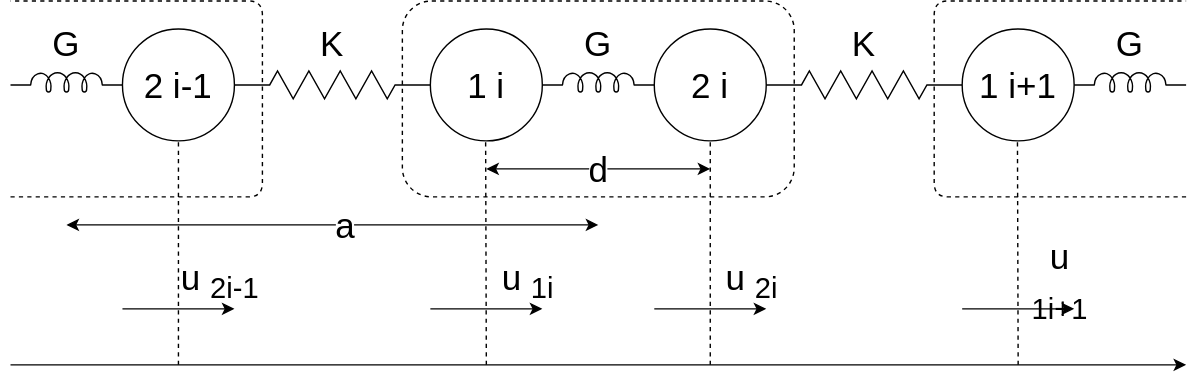
Earlier version of the draw.io export Lab/Physics/CondensedMatter/img/1DHarmonic2.dio.svg (amane-uehara/kanade-k-1228.github.io). Source tidied: cells renumbered, new cells last; positions are measured from the earlier drawing's top-left corner, leaving out a move shared by most shapes.
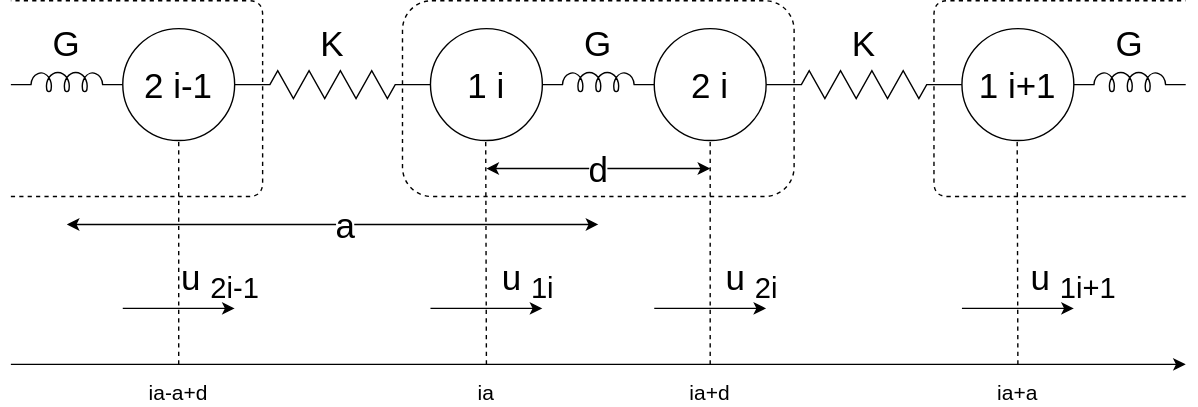
Later version of the same file.

The edit, as a diff of the source:
```diff
@@ -144,7 +144,7 @@
       </mxGeometry>
     </mxCell>
     <mxCell id="33" value="u&lt;sub&gt;1i+1&lt;/sub&gt;" style="text;html=1;strokeColor=none;fillColor=none;align=center;verticalAlign=middle;whiteSpace=wrap;rounded=0;fontSize=25;" parent="1" vertex="1">
-      <mxGeometry x="720" y="190" width="60" height="20" as="geometry" />
+      <mxGeometry x="720" y="190" width="80" height="20" as="geometry" />
     </mxCell>
     <mxCell id="34" style="endArrow=classic;html=1;fontSize=25;" parent="1" edge="1">
       <mxGeometry relative="1" as="geometry">
@@ -155,5 +155,17 @@
     <mxCell id="35" value="u&lt;sub&gt;2i-1&lt;/sub&gt;" style="text;html=1;strokeColor=none;fillColor=none;align=center;verticalAlign=middle;whiteSpace=wrap;rounded=0;fontSize=25;" parent="1" vertex="1">
       <mxGeometry x="120" y="190" width="60" height="20" as="geometry" />
     </mxCell>
+    <mxCell id="36" value="ia" style="text;html=1;strokeColor=none;fillColor=none;align=center;verticalAlign=middle;whiteSpace=wrap;rounded=0;fontSize=15;" parent="1" vertex="1">
+      <mxGeometry x="320" y="270" width="40" height="20" as="geometry" />
+    </mxCell>
+    <mxCell id="37" value="ia+d" style="text;html=1;strokeColor=none;fillColor=none;align=center;verticalAlign=middle;whiteSpace=wrap;rounded=0;fontSize=15;" parent="1" vertex="1">
+      <mxGeometry x="480" y="270" width="40" height="20" as="geometry" />
+    </mxCell>
+    <mxCell id="38" value="ia+a" style="text;html=1;strokeColor=none;fillColor=none;align=center;verticalAlign=middle;whiteSpace=wrap;rounded=0;fontSize=15;" parent="1" vertex="1">
+      <mxGeometry x="700" y="270" width="40" height="20" as="geometry" />
+    </mxCell>
+    <mxCell id="39" value="ia-a+d" style="text;html=1;strokeColor=none;fillColor=none;align=center;verticalAlign=middle;whiteSpace=wrap;rounded=0;fontSize=15;" parent="1" vertex="1">
+      <mxGeometry x="85" y="270" width="70" height="20" as="geometry" />
+    </mxCell>
   </root>
 </mxGraphModel>
```
